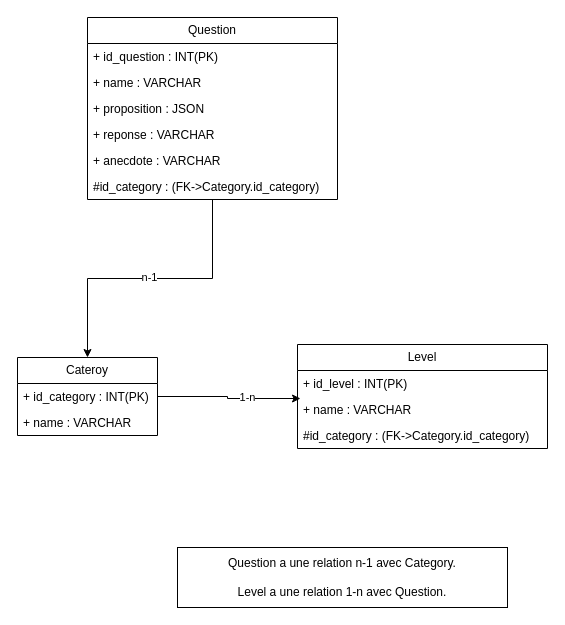
This is Diagramme sans nom.drawio from senga200/trivialPWA, a draw.io file, before an edit. Source tidied: cells renumbered, new cells numbered last; positions are measured from the earlier drawing's top-left corner, leaving out a move shared by most shapes. Both pictures are drawn from the tidied source at 100%, with x=0, y=0 at pixel (17, 17).
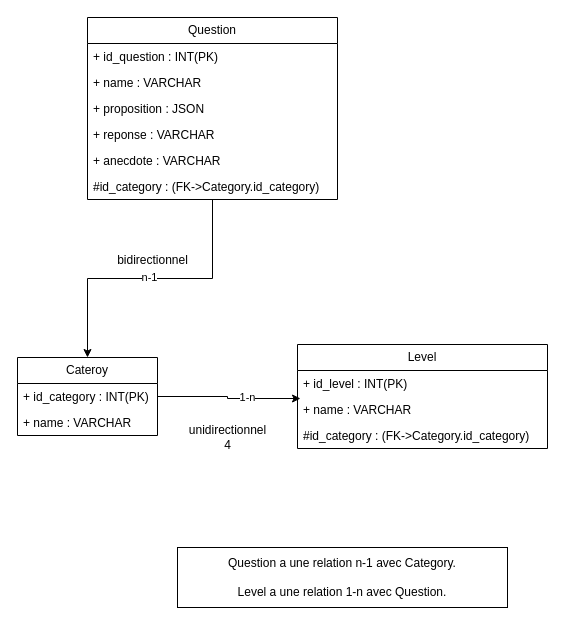
Above is the later version.

Diff of the diagram source:
```diff
@@
+    <mxCell id="21" value="bidirectionnel&lt;div&gt;&lt;br&gt;&lt;/div&gt;" style="text;html=1;align=center;verticalAlign=middle;strokeColor=none;fillColor=none;" parent="1" vertex="1">
+      <mxGeometry x="90" y="230" width="90" height="40" as="geometry" />
+    </mxCell>
+    <mxCell id="22" value="unidirectionnel&lt;div&gt;4&lt;/div&gt;" style="text;html=1;align=center;verticalAlign=middle;strokeColor=none;fillColor=none;" parent="1" vertex="1">
+      <mxGeometry x="160" y="400" width="100" height="40" as="geometry" />
+    </mxCell>
```
